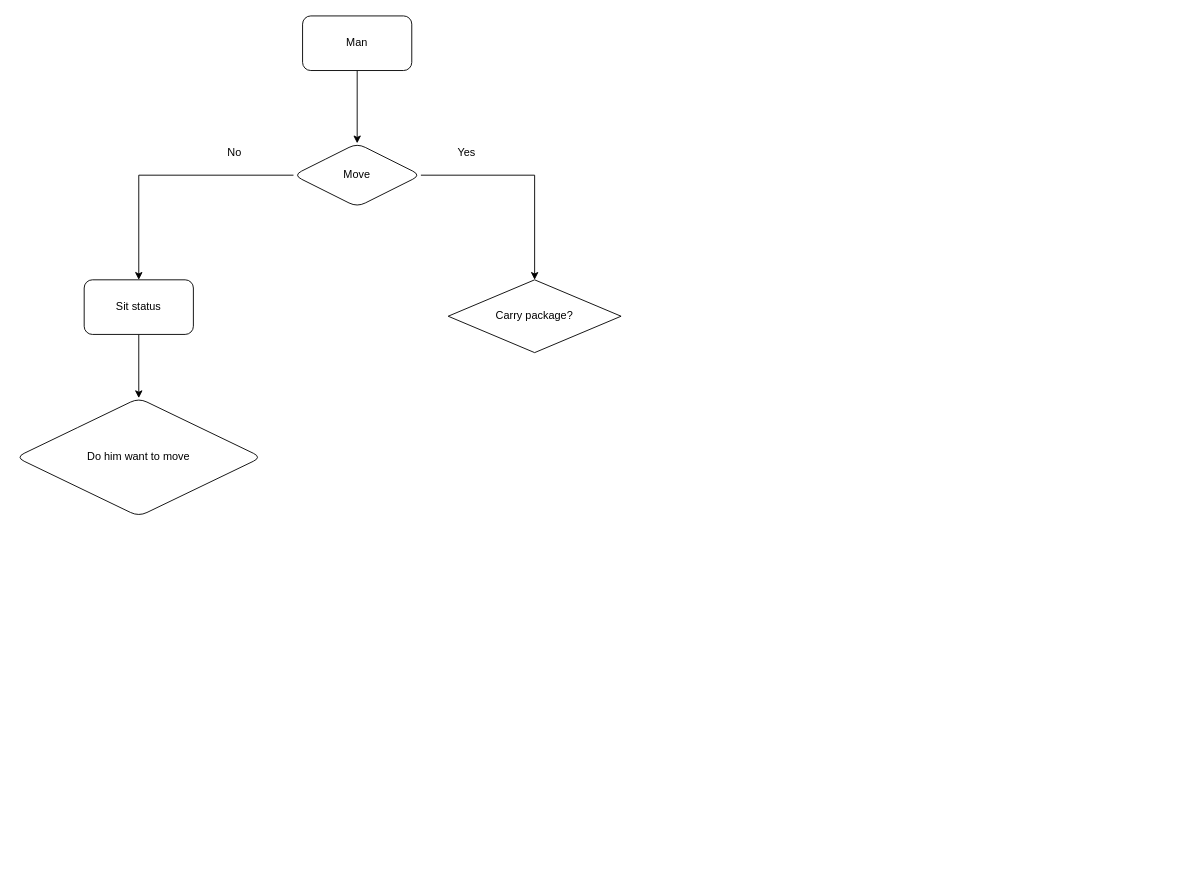
Above: Pizeo/Man_move_diagram.drawio in vertexi/Digital_recognize (draw.io), before the change. Source tidied: cells renumbered, new cells numbered last; positions are measured from the earlier drawing's top-left corner, leaving out a move shared by most shapes. Both pictures are drawn from the tidied source at 91%, with x=0, y=0 at pixel (15, 15).
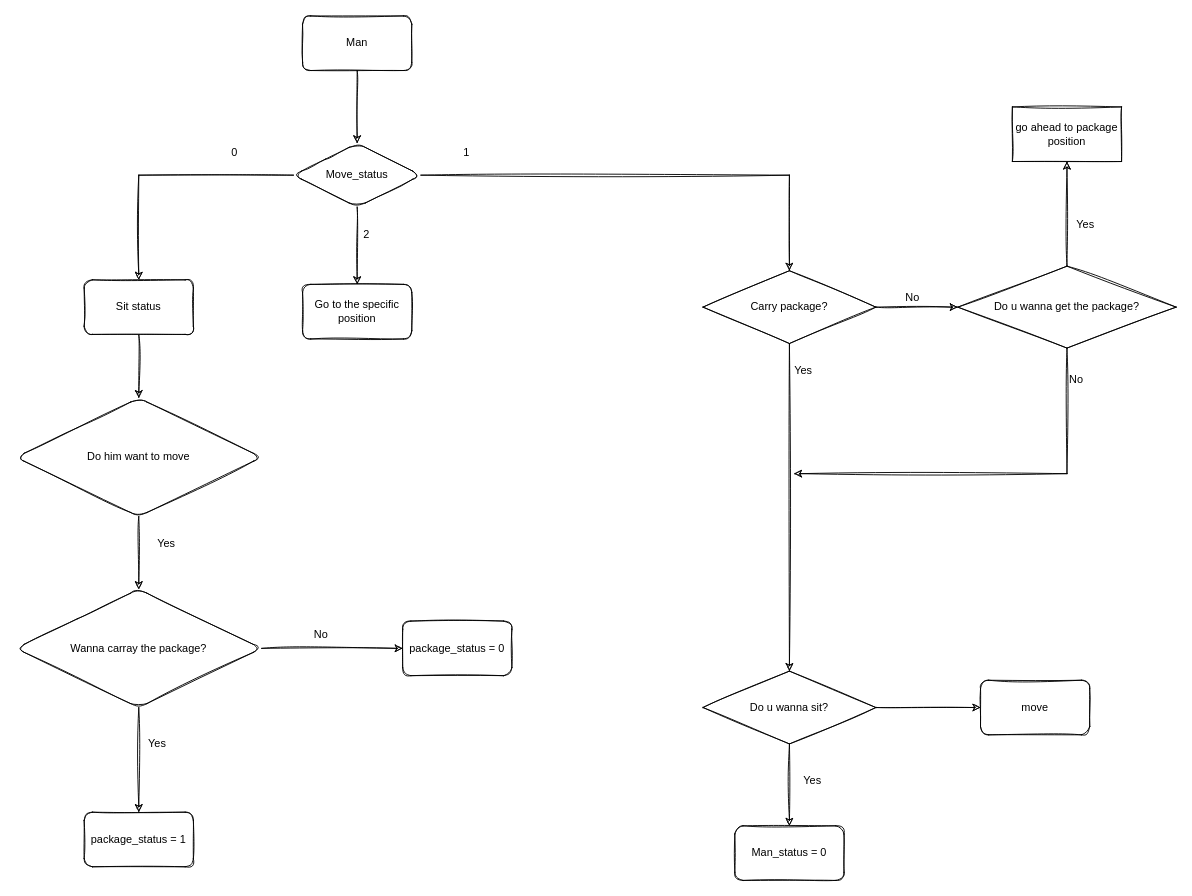
After the change.

Change to the diagram source:
```diff
@@
-    <mxCell id="2" style="edgeStyle=orthogonalEdgeStyle;rounded=0;jettySize=auto;html=1;" parent="1" edge="1" source="3" target="6">
+    <mxCell id="2" style="edgeStyle=orthogonalEdgeStyle;rounded=0;jettySize=auto;html=1;sketch=1;" parent="1" edge="1" source="3" target="6">
       <mxGeometry relative="1" as="geometry" />
     </mxCell>
-    <mxCell id="3" value="Man" style="rounded=1;whiteSpace=wrap;html=1;" parent="1" vertex="1">
+    <mxCell id="3" value="Man" style="rounded=1;whiteSpace=wrap;html=1;sketch=1;" parent="1" vertex="1">
       <mxGeometry x="315" width="120" height="60" as="geometry" />
     </mxCell>
-    <mxCell id="4" style="edgeStyle=orthogonalEdgeStyle;rounded=0;jettySize=auto;html=1;entryX=0.5;entryY=0;entryDx=0;entryDy=0;" parent="1" edge="1" source="6" target="7">
+    <mxCell id="4" style="edgeStyle=orthogonalEdgeStyle;rounded=0;jettySize=auto;html=1;entryX=0.5;entryY=0;entryDx=0;entryDy=0;sketch=1;" parent="1" edge="1" source="6" target="7">
       <mxGeometry relative="1" as="geometry" />
     </mxCell>
-    <mxCell id="5" style="edgeStyle=orthogonalEdgeStyle;rounded=0;jettySize=auto;html=1;entryX=0.5;entryY=0;entryDx=0;entryDy=0;" parent="1" edge="1" source="6" target="11">
+    <mxCell id="5" style="edgeStyle=orthogonalEdgeStyle;rounded=0;jettySize=auto;html=1;entryX=0.5;entryY=0;entryDx=0;entryDy=0;sketch=1;" parent="1" edge="1" source="6" target="11">
       <mxGeometry relative="1" as="geometry" />
     </mxCell>
+    <mxCell id="13" style="edgeStyle=orthogonalEdgeStyle;rounded=0;jettySize=auto;html=1;sketch=1;" parent="1" edge="1" source="6" target="39">
+      <mxGeometry relative="1" as="geometry" />
+    </mxCell>
-    <mxCell id="6" value="Move" style="rhombus;whiteSpace=wrap;html=1;rounded=1;" parent="1" vertex="1">
+    <mxCell id="6" value="Move_status" style="rhombus;whiteSpace=wrap;html=1;rounded=1;sketch=1;" parent="1" vertex="1">
       <mxGeometry x="305" y="140" width="140" height="70" as="geometry" />
     </mxCell>
+    <mxCell id="14" style="edgeStyle=orthogonalEdgeStyle;rounded=0;jettySize=auto;html=1;sketch=1;" parent="1" edge="1" source="7" target="27">
+      <mxGeometry relative="1" as="geometry" />
+    </mxCell>
+    <mxCell id="15" style="edgeStyle=orthogonalEdgeStyle;rounded=0;jettySize=auto;html=1;sketch=1;" parent="1" edge="1" source="7" target="34">
+      <mxGeometry relative="1" as="geometry" />
+    </mxCell>
-    <mxCell id="7" value="Carry package?" style="rhombus;whiteSpace=wrap;html=1;" parent="1" vertex="1">
-      <mxGeometry x="475" y="290" width="190" height="80" as="geometry" />
+    <mxCell id="7" value="Carry package?" style="rhombus;whiteSpace=wrap;html=1;sketch=1;" parent="1" vertex="1">
+      <mxGeometry x="755" y="280" width="190" height="80" as="geometry" />
     </mxCell>
-    <mxCell id="8" value="Yes" style="text;html=1;align=center;verticalAlign=middle;" parent="1" vertex="1">
-      <mxGeometry x="475" y="140" width="40" height="20" as="geometry" />
+    <mxCell id="8" value="1" style="text;html=1;align=center;verticalAlign=middle;sketch=1;" parent="1" vertex="1">
+      <mxGeometry x="485" y="140" width="20" height="20" as="geometry" />
     </mxCell>
-    <mxCell id="9" value="No" style="text;html=1;align=center;verticalAlign=middle;" parent="1" vertex="1">
-      <mxGeometry x="225" y="140" width="30" height="20" as="geometry" />
+    <mxCell id="9" value="0" style="text;html=1;align=center;verticalAlign=middle;sketch=1;" parent="1" vertex="1">
+      <mxGeometry x="230" y="140" width="20" height="20" as="geometry" />
     </mxCell>
-    <mxCell id="10" style="edgeStyle=orthogonalEdgeStyle;rounded=0;jettySize=auto;html=1;" parent="1" edge="1" source="11" target="12">
+    <mxCell id="10" style="edgeStyle=orthogonalEdgeStyle;rounded=0;jettySize=auto;html=1;sketch=1;" parent="1" edge="1" source="11" target="12">
       <mxGeometry relative="1" as="geometry" />
     </mxCell>
-    <mxCell id="11" value="Sit status" style="rounded=1;whiteSpace=wrap;html=1;" parent="1" vertex="1">
+    <mxCell id="11" value="Sit status" style="rounded=1;whiteSpace=wrap;html=1;sketch=1;" parent="1" vertex="1">
       <mxGeometry x="75" y="290" width="120" height="60" as="geometry" />
     </mxCell>
+    <mxCell id="16" style="edgeStyle=orthogonalEdgeStyle;rounded=0;jettySize=auto;html=1;sketch=1;" parent="1" edge="1" source="12" target="19">
+      <mxGeometry relative="1" as="geometry" />
+    </mxCell>
-    <mxCell id="12" value="Do him want to move" style="rhombus;whiteSpace=wrap;html=1;rounded=1;" parent="1" vertex="1">
+    <mxCell id="12" value="Do him want to move" style="rhombus;whiteSpace=wrap;html=1;rounded=1;sketch=1;" parent="1" vertex="1">
       <mxGeometry y="420" width="270" height="130" as="geometry" />
     </mxCell>
+    <mxCell id="17" style="edgeStyle=orthogonalEdgeStyle;rounded=0;jettySize=auto;html=1;sketch=1;" parent="1" edge="1" source="19" target="21">
+      <mxGeometry relative="1" as="geometry" />
+    </mxCell>
+    <mxCell id="18" style="edgeStyle=orthogonalEdgeStyle;rounded=0;jettySize=auto;html=1;sketch=1;" parent="1" edge="1" source="19" target="23">
+      <mxGeometry relative="1" as="geometry" />
+    </mxCell>
+    <mxCell id="19" value="Wanna carray the package?" style="rhombus;whiteSpace=wrap;html=1;rounded=1;sketch=1;" parent="1" vertex="1">
+      <mxGeometry y="630" width="270" height="130" as="geometry" />
+    </mxCell>
+    <mxCell id="20" value="Yes" style="text;html=1;align=center;verticalAlign=middle;sketch=1;" parent="1" vertex="1">
+      <mxGeometry x="145" y="570" width="40" height="20" as="geometry" />
+    </mxCell>
+    <mxCell id="21" value="package_status = 1" style="whiteSpace=wrap;html=1;rounded=1;sketch=1;" parent="1" vertex="1">
+      <mxGeometry x="75" y="875" width="120" height="60" as="geometry" />
+    </mxCell>
+    <mxCell id="22" value="Yes" style="text;html=1;align=center;verticalAlign=middle;sketch=1;" parent="1" vertex="1">
+      <mxGeometry x="135" y="790" width="40" height="20" as="geometry" />
+    </mxCell>
+    <mxCell id="23" value="package_status = 0" style="whiteSpace=wrap;html=1;rounded=1;sketch=1;" parent="1" vertex="1">
+      <mxGeometry x="425" y="665" width="120" height="60" as="geometry" />
+    </mxCell>
+    <mxCell id="24" value="No" style="text;html=1;align=center;verticalAlign=middle;sketch=1;" parent="1" vertex="1">
+      <mxGeometry x="320" y="670" width="30" height="20" as="geometry" />
+    </mxCell>
+    <mxCell id="25" style="edgeStyle=orthogonalEdgeStyle;rounded=0;jettySize=auto;html=1;sketch=1;" parent="1" edge="1" source="27" target="29">
+      <mxGeometry relative="1" as="geometry" />
+    </mxCell>
+    <mxCell id="26" style="edgeStyle=orthogonalEdgeStyle;rounded=0;jettySize=auto;html=1;sketch=1;" parent="1" edge="1" source="27" target="31">
+      <mxGeometry relative="1" as="geometry" />
+    </mxCell>
+    <mxCell id="27" value="Do u wanna sit?" style="rhombus;whiteSpace=wrap;html=1;sketch=1;" parent="1" vertex="1">
+      <mxGeometry x="755" y="720" width="190" height="80" as="geometry" />
+    </mxCell>
+    <mxCell id="28" value="Yes" style="text;html=1;align=center;verticalAlign=middle;sketch=1;" parent="1" vertex="1">
+      <mxGeometry x="845" y="380" width="40" height="20" as="geometry" />
+    </mxCell>
+    <mxCell id="29" value="Man_status = 0" style="whiteSpace=wrap;html=1;rounded=1;sketch=1;" parent="1" vertex="1">
+      <mxGeometry x="790" y="890" width="120" height="60" as="geometry" />
+    </mxCell>
+    <mxCell id="30" value="Yes" style="text;html=1;align=center;verticalAlign=middle;sketch=1;" parent="1" vertex="1">
+      <mxGeometry x="855" y="830" width="40" height="20" as="geometry" />
+    </mxCell>
+    <mxCell id="31" value="move" style="whiteSpace=wrap;html=1;rounded=1;sketch=1;" parent="1" vertex="1">
+      <mxGeometry x="1060" y="730" width="120" height="60" as="geometry" />
+    </mxCell>
+    <mxCell id="32" style="edgeStyle=orthogonalEdgeStyle;rounded=0;jettySize=auto;html=1;sketch=1;" parent="1" edge="1" source="34" target="36">
+      <mxGeometry relative="1" as="geometry" />
+    </mxCell>
+    <mxCell id="33" style="edgeStyle=orthogonalEdgeStyle;rounded=0;jettySize=auto;html=1;sketch=1;" parent="1" edge="1" source="34">
+      <mxGeometry relative="1" as="geometry">
+        <mxPoint x="855" y="503" as="targetPoint" />
+        <Array as="points">
+          <mxPoint x="1155" y="503" />
+        </Array>
+      </mxGeometry>
+    </mxCell>
+    <mxCell id="34" value="Do u wanna get the package?" style="rhombus;whiteSpace=wrap;html=1;sketch=1;" parent="1" vertex="1">
+      <mxGeometry x="1035" y="275" width="240" height="90" as="geometry" />
+    </mxCell>
+    <mxCell id="35" value="No" style="text;html=1;align=center;verticalAlign=middle;sketch=1;" parent="1" vertex="1">
+      <mxGeometry x="970" y="300" width="30" height="20" as="geometry" />
+    </mxCell>
+    <mxCell id="36" value="go ahead to package position" style="whiteSpace=wrap;html=1;sketch=1;" parent="1" vertex="1">
+      <mxGeometry x="1095" y="100" width="120" height="60" as="geometry" />
+    </mxCell>
+    <mxCell id="37" value="Yes" style="text;html=1;align=center;verticalAlign=middle;sketch=1;" parent="1" vertex="1">
+      <mxGeometry x="1155" y="220" width="40" height="20" as="geometry" />
+    </mxCell>
+    <mxCell id="38" value="No" style="text;html=1;align=center;verticalAlign=middle;sketch=1;" parent="1" vertex="1">
+      <mxGeometry x="1150" y="390" width="30" height="20" as="geometry" />
+    </mxCell>
+    <mxCell id="39" value="Go to the specific position" style="whiteSpace=wrap;html=1;rounded=1;sketch=1;" parent="1" vertex="1">
+      <mxGeometry x="315" y="295" width="120" height="60" as="geometry" />
+    </mxCell>
+    <mxCell id="40" value="2" style="text;html=1;align=center;verticalAlign=middle;sketch=1;" parent="1" vertex="1">
+      <mxGeometry x="375" y="230" width="20" height="20" as="geometry" />
+    </mxCell>
```
